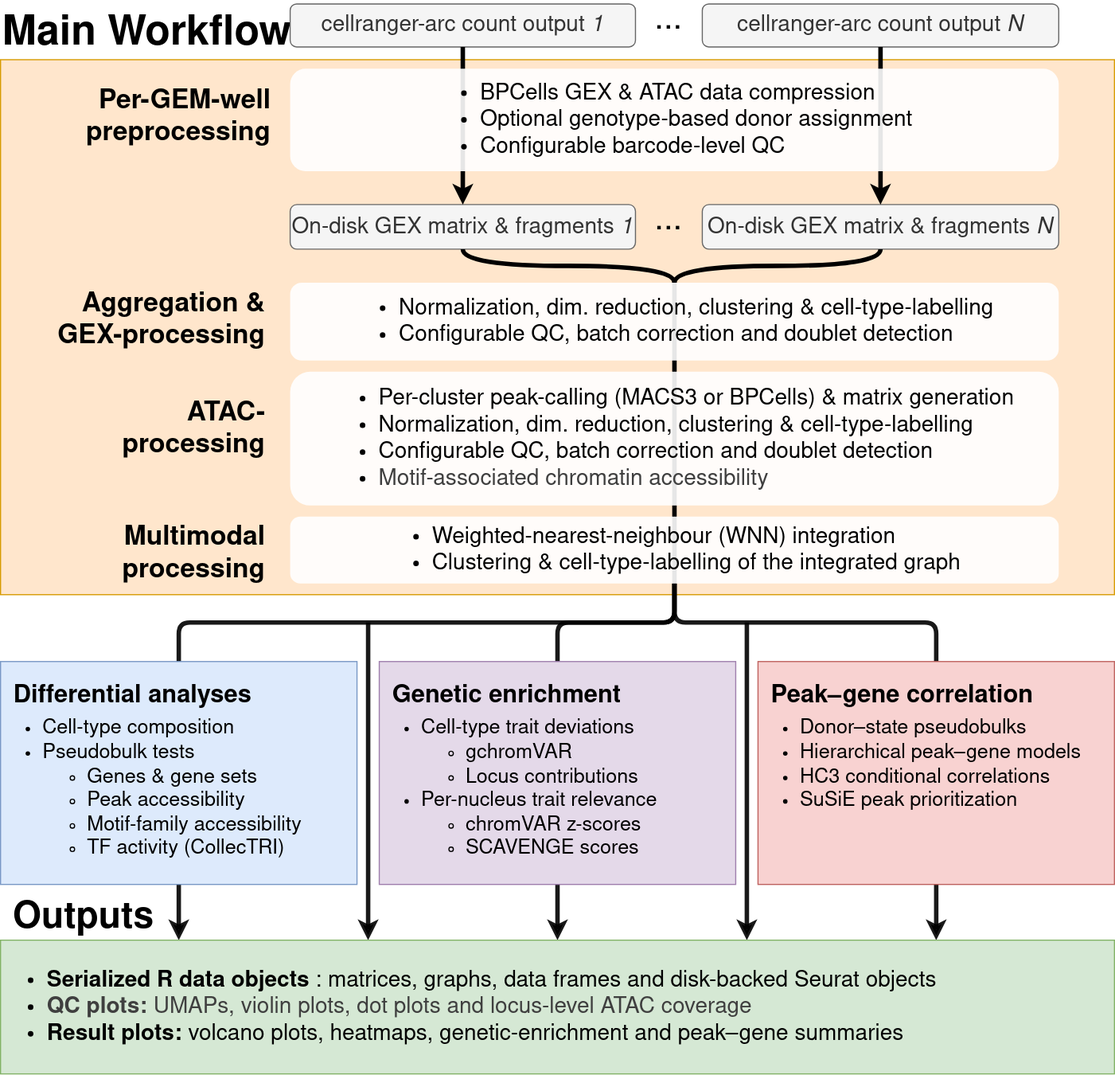
The draw.io diagram website/figures/multiomeR_overview_simplified.drawio.svg in koefoeden/multiomeR, before a commit. Source tidied: cells renumbered, new cells last; positions are measured from the earlier drawing's top-left corner, leaving out a move shared by most shapes.
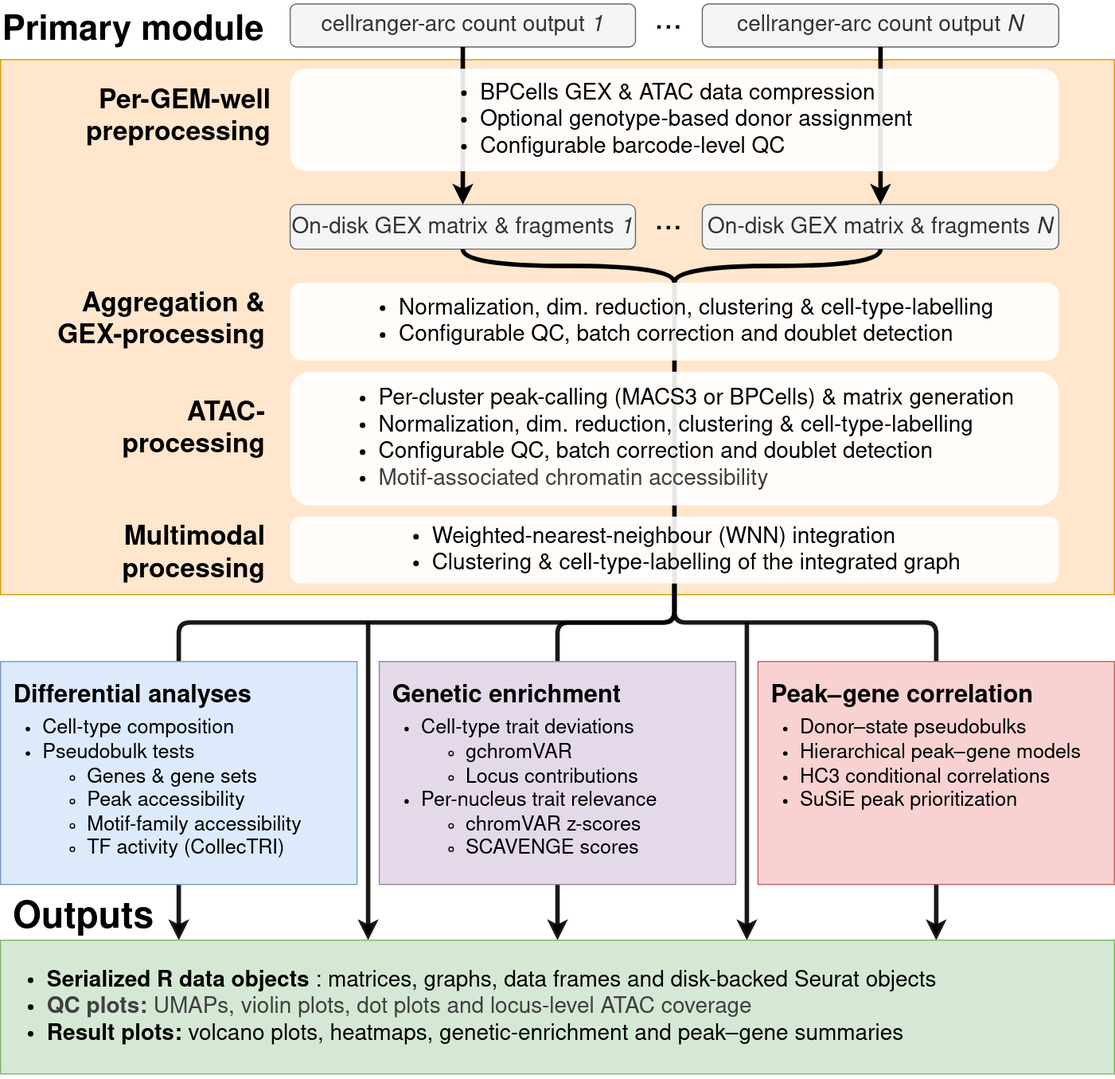
The same diagram one commit later.

Diff of the diagram source:
```diff
@@ -29,7 +29,7 @@
     <mxCell id="10" value="&lt;div style=&quot;font-size: 22px;&quot;&gt;&lt;b&gt;Genetic enrichment&lt;/b&gt;&lt;/div&gt;&lt;ul style=&quot;margin-top: 6px; margin-bottom: 0px; padding-left: 26px;&quot;&gt;&lt;li&gt;Cell-type trait deviations&lt;/li&gt;&lt;ul&gt;&lt;li&gt;gchromVAR&lt;/li&gt;&lt;li&gt;Locus contributions&lt;/li&gt;&lt;/ul&gt;&lt;li&gt;Per-nucleus trait relevance&lt;/li&gt;&lt;ul&gt;&lt;li&gt;chromVAR z-scores&lt;/li&gt;&lt;li&gt;SCAVENGE scores&lt;/li&gt;&lt;/ul&gt;&lt;/ul&gt;" style="rounded=1;whiteSpace=wrap;html=1;dashed=1;fillColor=none;strokeColor=none;opacity=90;fontSize=18;align=left;verticalAlign=top;fontFamily=Nimbus Sans;" parent="1" vertex="1">
       <mxGeometry x="350" y="595" width="300" height="190" as="geometry" />
     </mxCell>
-    <mxCell id="11" value="&lt;b style=&quot;border-color: rgb(218, 220, 224); color: rgb(0, 0, 0); font-variant-ligatures: normal; font-variant-caps: normal; letter-spacing: normal; orphans: 2; text-indent: 0px; text-transform: none; widows: 2; word-spacing: 0px; -webkit-text-stroke-width: 0px; text-decoration-thickness: initial; text-decoration-style: initial; text-decoration-color: initial;&quot;&gt;&lt;font style=&quot;border-color: rgb(218, 220, 224);&quot;&gt;Main Workflow&lt;/font&gt;&lt;/b&gt;" style="text;whiteSpace=wrap;html=1;fontSize=37;align=left;shadow=0;fontStyle=0;opacity=0;fillColor=none;labelBackgroundColor=none;fontFamily=Nimbus Sans;" parent="1" vertex="1">
+    <mxCell id="11" value="&lt;b style=&quot;border-color: rgb(218, 220, 224); color: rgb(0, 0, 0); font-variant-ligatures: normal; font-variant-caps: normal; letter-spacing: normal; orphans: 2; text-indent: 0px; text-transform: none; widows: 2; word-spacing: 0px; -webkit-text-stroke-width: 0px; text-decoration-thickness: initial; text-decoration-style: initial; text-decoration-color: initial;&quot;&gt;&lt;font style=&quot;border-color: rgb(218, 220, 224);&quot;&gt;Primary module&lt;/font&gt;&lt;/b&gt;" style="text;whiteSpace=wrap;html=1;fontSize=31;align=left;shadow=0;fontStyle=0;opacity=0;fillColor=none;labelBackgroundColor=none;fontFamily=Nimbus Sans;" parent="1" vertex="1">
       <mxGeometry width="310" height="50" as="geometry" />
     </mxCell>
     <mxCell id="12" value="..." style="text;html=1;align=center;verticalAlign=middle;whiteSpace=wrap;rounded=0;fontSize=30;fontFamily=Nimbus Sans;" parent="1" vertex="1">
```
